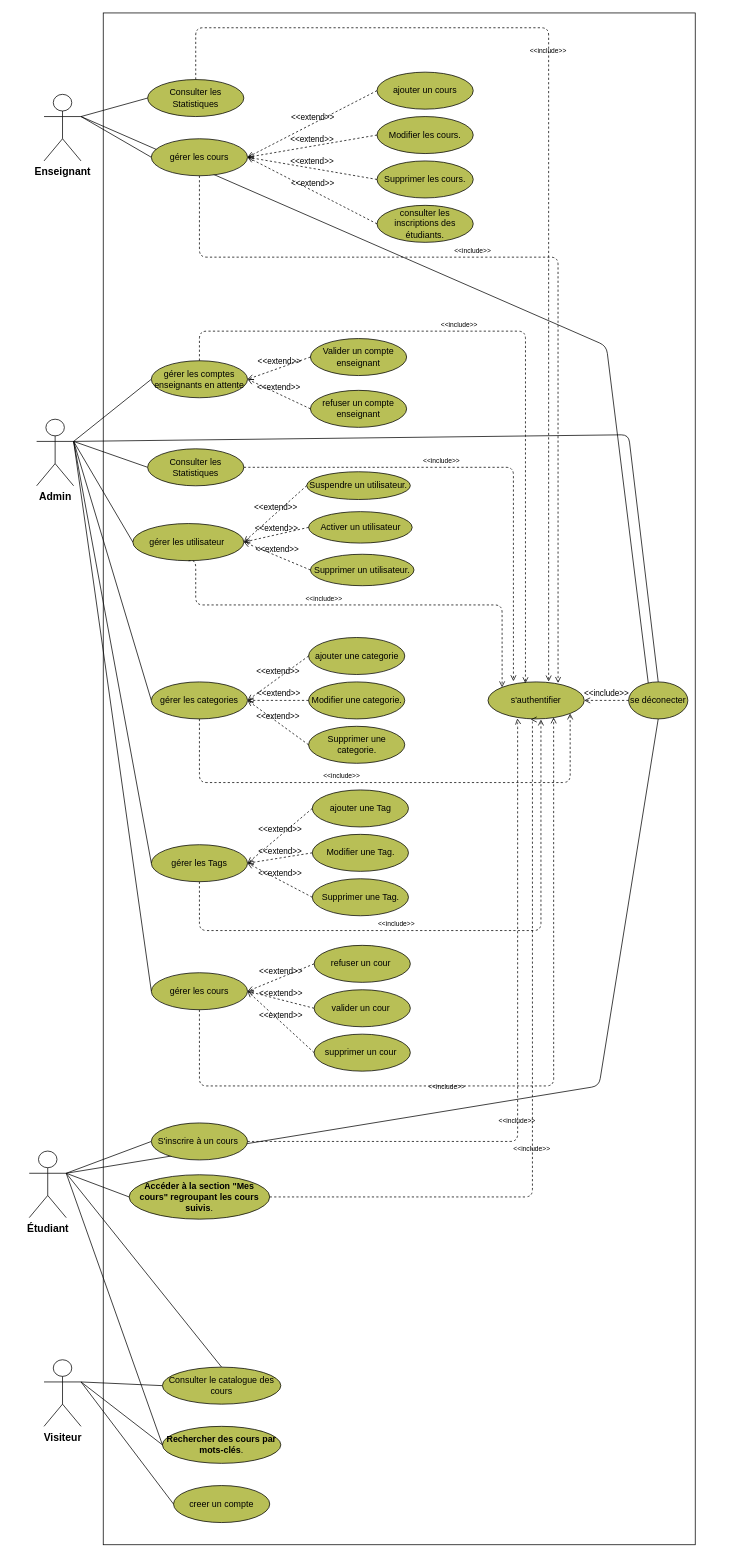
Earlier version of the draw.io diagram UML/use_case.drawio (Abderrahman-Ahouari/brief-crois-e-2-Plateforme-de-Cours-en-Ligne-Youdemy). Source tidied: cells renumbered, new cells numbered last; positions are measured from the earlier drawing's top-left corner, leaving out a move shared by most shapes. Both pictures are drawn from the tidied source at 74%, with x=0, y=0 at pixel (29, 13).
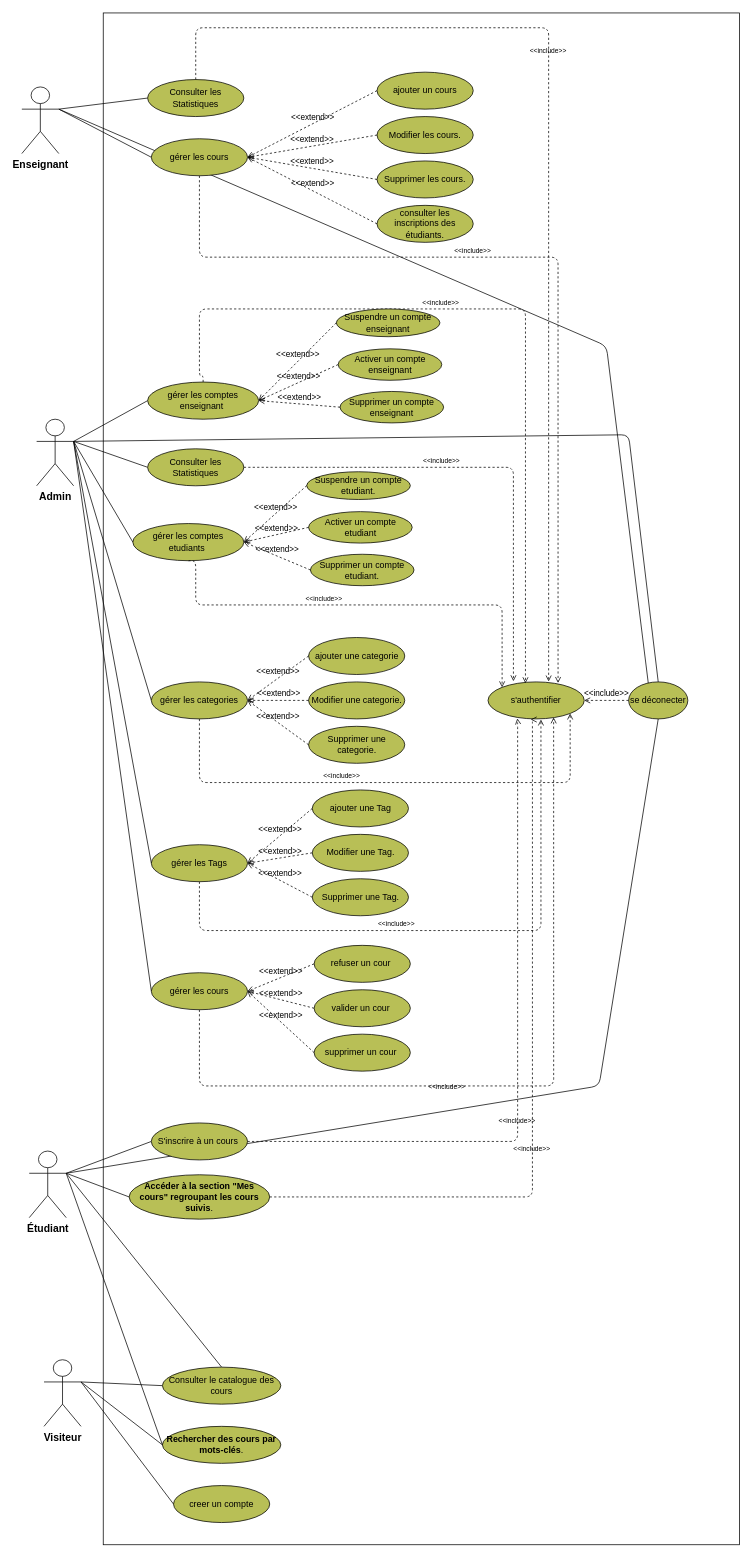
The same page after the edit.

Commit message (it also covers changes not shown here):
finished some admin functionalities, the admin now can consulte the etudiant and the treachers in the website

The change refers to these unchanged cells:
```xml
<mxCell id="19" value="&lt;span style=&quot;box-sizing: border-box; border: 0px solid; --tw-border-spacing-x: 0; --tw-border-spacing-y: 0; --tw-translate-x: 0; --tw-translate-y: 0; --tw-rotate: 0; --tw-skew-x: 0; --tw-skew-y: 0; --tw-scale-x: 1; --tw-scale-y: 1; --tw-pan-x: ; --tw-pan-y: ; --tw-pinch-zoom: ; --tw-scroll-snap-strictness: proximity; --tw-gradient-from-position: ; --tw-gradient-via-position: ; --tw-gradient-to-position: ; --tw-ordinal: ; --tw-slashed-zero: ; --tw-numeric-figure: ; --tw-numeric-spacing: ; --tw-numeric-fraction: ; --tw-ring-inset: ; --tw-ring-offset-width: 0px; --tw-ring-offset-color: #fff; --tw-ring-color: rgba(59,130,246,.5); --tw-ring-offset-shadow: 0 0 #0000; --tw-ring-shadow: 0 0 #0000; --tw-shadow: 0 0 #0000; --tw-shadow-colored: 0 0 #0000; --tw-blur: ; --tw-brightness: ; --tw-contrast: ; --tw-grayscale: ; --tw-hue-rotate: ; --tw-invert: ; --tw-saturate: ; --tw-sepia: ; --tw-drop-shadow: ; --tw-backdrop-blur: ; --tw-backdrop-brightness: ; --tw-backdrop-contrast: ; --tw-backdrop-grayscale: ; --tw-backdrop-hue-rotate: ; --tw-backdrop-invert: ; --tw-backdrop-opacity: ; --tw-backdrop-saturate: ; --tw-backdrop-sepia: ; --tw-contain-size: ; --tw-contain-layout: ; --tw-contain-paint: ; --tw-contain-style: ; font-weight: bolder; color: rgb(0, 0, 0); font-family: &amp;quot;Nunito Sans&amp;quot;, sans-serif; font-size: 14px; text-align: start; background-color: rgb(255, 255, 255);&quot;&gt;Admin&lt;/span&gt;" style="shape=umlActor;verticalLabelPosition=bottom;verticalAlign=top;html=1;outlineConnect=0;" parent="1" vertex="1">
  <mxGeometry x="10" y="549" width="50" height="90" as="geometry" />
</mxCell>
<mxCell id="68" value="s'authentifier" style="ellipse;whiteSpace=wrap;html=1;fillColor=#B8BF56;" parent="1" vertex="1">
  <mxGeometry x="620" y="904" width="130" height="50" as="geometry" />
</mxCell>
```

Change to the diagram source:
```diff
@@
-    <mxCell id="2" style="rounded=0;whiteSpace=wrap;html=1;" parent="1" vertex="1">
-      <mxGeometry x="100" width="800" height="2070" as="geometry" />
-    </mxCell>
+    <mxCell id="87" style="rounded=0;whiteSpace=wrap;html=1;" parent="1" vertex="1">
+      <mxGeometry x="100" width="860" height="2070" as="geometry" />
+    </mxCell>
@@
     <mxCell id="11" value="&lt;span style=&quot;box-sizing: border-box; border: 0px solid; --tw-border-spacing-x: 0; --tw-border-spacing-y: 0; --tw-translate-x: 0; --tw-translate-y: 0; --tw-rotate: 0; --tw-skew-x: 0; --tw-skew-y: 0; --tw-scale-x: 1; --tw-scale-y: 1; --tw-pan-x: ; --tw-pan-y: ; --tw-pinch-zoom: ; --tw-scroll-snap-strictness: proximity; --tw-gradient-from-position: ; --tw-gradient-via-position: ; --tw-gradient-to-position: ; --tw-ordinal: ; --tw-slashed-zero: ; --tw-numeric-figure: ; --tw-numeric-spacing: ; --tw-numeric-fraction: ; --tw-ring-inset: ; --tw-ring-offset-width: 0px; --tw-ring-offset-color: #fff; --tw-ring-color: rgba(59,130,246,.5); --tw-ring-offset-shadow: 0 0 #0000; --tw-ring-shadow: 0 0 #0000; --tw-shadow: 0 0 #0000; --tw-shadow-colored: 0 0 #0000; --tw-blur: ; --tw-brightness: ; --tw-contrast: ; --tw-grayscale: ; --tw-hue-rotate: ; --tw-invert: ; --tw-saturate: ; --tw-sepia: ; --tw-drop-shadow: ; --tw-backdrop-blur: ; --tw-backdrop-brightness: ; --tw-backdrop-contrast: ; --tw-backdrop-grayscale: ; --tw-backdrop-hue-rotate: ; --tw-backdrop-invert: ; --tw-backdrop-opacity: ; --tw-backdrop-saturate: ; --tw-backdrop-sepia: ; --tw-contain-size: ; --tw-contain-layout: ; --tw-contain-paint: ; --tw-contain-style: ; font-weight: bolder; color: rgb(0, 0, 0); font-family: &amp;quot;Nunito Sans&amp;quot;, sans-serif; font-size: 14px; text-align: start; background-color: rgb(255, 255, 255);&quot;&gt;Enseignant&lt;/span&gt;" style="shape=umlActor;verticalLabelPosition=bottom;verticalAlign=top;html=1;outlineConnect=0;" parent="1" vertex="1">
-      <mxGeometry x="20" y="110" width="50" height="90" as="geometry" />
+      <mxGeometry x="-10" y="100" width="50" height="90" as="geometry" />
     </mxCell>
-    <mxCell id="12" style="edgeStyle=none;html=1;exitX=1;exitY=0.3333333333333333;exitDx=0;exitDy=0;exitPerimeter=0;entryX=0;entryY=0.5;entryDx=0;entryDy=0;endArrow=none;endFill=0;" parent="1" edge="1" source="19" target="40">
+    <mxCell id="12" style="edgeStyle=none;html=1;exitX=1;exitY=0.3333333333333333;exitDx=0;exitDy=0;exitPerimeter=0;entryX=0;entryY=0.5;entryDx=0;entryDy=0;endArrow=none;endFill=0;" parent="1" edge="1" source="19" target="88">
       <mxGeometry relative="1" as="geometry" />
     </mxCell>
@@
-    <mxCell id="34" value="Valider un compte enseignant" style="ellipse;whiteSpace=wrap;html=1;fillColor=#B8BF56;" parent="1" vertex="1">
-      <mxGeometry x="380" y="440" width="130" height="50" as="geometry" />
-    </mxCell>
-    <mxCell id="35" value="gérer les utilisateur&amp;nbsp;" style="ellipse;whiteSpace=wrap;html=1;fillColor=#B8BF56;" parent="1" vertex="1">
+    <mxCell id="35" value="gérer les comptes&lt;br&gt;etudiants&amp;nbsp;" style="ellipse;whiteSpace=wrap;html=1;fillColor=#B8BF56;" parent="1" vertex="1">
       <mxGeometry x="140" y="690" width="150" height="50.2" as="geometry" />
     </mxCell>
-    <mxCell id="36" value="Activer un utilisateur" style="ellipse;whiteSpace=wrap;html=1;fillColor=#B8BF56;" parent="1" vertex="1">
+    <mxCell id="36" value="Activer un compte&lt;br&gt;etudiant" style="ellipse;whiteSpace=wrap;html=1;fillColor=#B8BF56;" parent="1" vertex="1">
       <mxGeometry x="377.5" y="673.9" width="140" height="42.5" as="geometry" />
     </mxCell>
-    <mxCell id="37" value="Supprimer un utilisateur." style="ellipse;whiteSpace=wrap;html=1;fillColor=#B8BF56;" parent="1" vertex="1">
+    <mxCell id="37" value="Supprimer un compte&lt;br&gt;etudiant." style="ellipse;whiteSpace=wrap;html=1;fillColor=#B8BF56;" parent="1" vertex="1">
       <mxGeometry x="380" y="731.5" width="140" height="42.5" as="geometry" />
     </mxCell>
-    <mxCell id="38" value="Suspendre un utilisateur." style="ellipse;whiteSpace=wrap;html=1;fillColor=#B8BF56;" parent="1" vertex="1">
+    <mxCell id="38" value="Suspendre un compte&lt;br&gt;etudiant." style="ellipse;whiteSpace=wrap;html=1;fillColor=#B8BF56;" parent="1" vertex="1">
       <mxGeometry x="375" y="620" width="140" height="37.5" as="geometry" />
     </mxCell>
@@
-    <mxCell id="40" value="gérer les comptes enseignants en attente" style="ellipse;whiteSpace=wrap;html=1;fillColor=#B8BF56;" parent="1" vertex="1">
-      <mxGeometry x="165" y="470" width="130" height="50" as="geometry" />
-    </mxCell>
-    <mxCell id="41" value="refuser un compte enseignant" style="ellipse;whiteSpace=wrap;html=1;fillColor=#B8BF56;" parent="1" vertex="1">
-      <mxGeometry x="380" y="510" width="130" height="50" as="geometry" />
-    </mxCell>
@@
-    <mxCell id="64" value="&amp;lt;&amp;lt;extend&amp;gt;&amp;gt;" style="html=1;verticalAlign=bottom;labelBackgroundColor=none;endArrow=open;endFill=0;dashed=1;entryX=1;entryY=0.5;entryDx=0;entryDy=0;exitX=0;exitY=0.5;exitDx=0;exitDy=0;" parent="1" edge="1" source="34" target="40">
-      <mxGeometry relative="1" as="geometry" />
-    </mxCell>
-    <mxCell id="65" value="&amp;lt;&amp;lt;extend&amp;gt;&amp;gt;" style="html=1;verticalAlign=bottom;labelBackgroundColor=none;endArrow=open;endFill=0;dashed=1;exitX=0;exitY=0.5;exitDx=0;exitDy=0;entryX=1;entryY=0.5;entryDx=0;entryDy=0;" parent="1" edge="1" source="41" target="40">
-      <mxGeometry relative="1" as="geometry" />
-    </mxCell>
@@
-    <mxCell id="71" value="&amp;lt;&amp;lt;include&amp;gt;&amp;gt;" style="html=1;verticalAlign=bottom;labelBackgroundColor=none;endArrow=open;endFill=0;dashed=1;fontSize=9;exitX=0.5;exitY=0;exitDx=0;exitDy=0;edgeStyle=orthogonalEdgeStyle;entryX=0.389;entryY=0.036;entryDx=0;entryDy=0;entryPerimeter=0;" parent="1" edge="1" source="40" target="68">
+    <mxCell id="71" value="&amp;lt;&amp;lt;include&amp;gt;&amp;gt;" style="html=1;verticalAlign=bottom;labelBackgroundColor=none;endArrow=open;endFill=0;dashed=1;fontSize=9;edgeStyle=orthogonalEdgeStyle;entryX=0.389;entryY=0.036;entryDx=0;entryDy=0;entryPerimeter=0;exitX=0.5;exitY=0;exitDx=0;exitDy=0;" parent="1" edge="1" source="88" target="68">
       <mxGeometry x="-0.18" relative="1" as="geometry">
         <Array as="points">
-          <mxPoint x="230" y="430" />
-          <mxPoint x="670" y="430" />
-          <mxPoint x="670" y="906" />
+          <mxPoint x="230" y="490" />
+          <mxPoint x="230" y="400" />
+          <mxPoint x="671" y="400" />
         </Array>
         <mxPoint x="-1" as="offset" />
       </mxGeometry>
     </mxCell>
@@
+    <mxCell id="88" value="gérer les comptes&lt;br&gt;enseignant&amp;nbsp;" style="ellipse;whiteSpace=wrap;html=1;fillColor=#B8BF56;" parent="1" vertex="1">
+      <mxGeometry x="160" y="498.8" width="150" height="50.2" as="geometry" />
+    </mxCell>
+    <mxCell id="89" value="Activer un compte&lt;br&gt;enseignant" style="ellipse;whiteSpace=wrap;html=1;fillColor=#B8BF56;" parent="1" vertex="1">
+      <mxGeometry x="417.5" y="453.9" width="140" height="42.5" as="geometry" />
+    </mxCell>
+    <mxCell id="90" value="Supprimer un compte&lt;br&gt;enseignant" style="ellipse;whiteSpace=wrap;html=1;fillColor=#B8BF56;" parent="1" vertex="1">
+      <mxGeometry x="420" y="511.5" width="140" height="42.5" as="geometry" />
+    </mxCell>
+    <mxCell id="91" value="Suspendre un compte&lt;br&gt;enseignant" style="ellipse;whiteSpace=wrap;html=1;fillColor=#B8BF56;" parent="1" vertex="1">
+      <mxGeometry x="415" y="400" width="140" height="37.5" as="geometry" />
+    </mxCell>
+    <mxCell id="64" value="&amp;lt;&amp;lt;extend&amp;gt;&amp;gt;" style="html=1;verticalAlign=bottom;labelBackgroundColor=none;endArrow=open;endFill=0;dashed=1;entryX=1;entryY=0.5;entryDx=0;entryDy=0;exitX=0;exitY=0.5;exitDx=0;exitDy=0;" parent="1" edge="1" source="89" target="88">
+      <mxGeometry relative="1" as="geometry" />
+    </mxCell>
+    <mxCell id="92" value="&amp;lt;&amp;lt;extend&amp;gt;&amp;gt;" style="html=1;verticalAlign=bottom;labelBackgroundColor=none;endArrow=open;endFill=0;dashed=1;exitX=0;exitY=0.5;exitDx=0;exitDy=0;entryX=1;entryY=0.5;entryDx=0;entryDy=0;" parent="1" edge="1" source="91" target="88">
+      <mxGeometry relative="1" as="geometry" />
+    </mxCell>
+    <mxCell id="93" value="&amp;lt;&amp;lt;extend&amp;gt;&amp;gt;" style="html=1;verticalAlign=bottom;labelBackgroundColor=none;endArrow=open;endFill=0;dashed=1;exitX=0;exitY=0.5;exitDx=0;exitDy=0;entryX=1;entryY=0.5;entryDx=0;entryDy=0;" parent="1" edge="1" source="90" target="88">
+      <mxGeometry relative="1" as="geometry" />
+    </mxCell>
```
